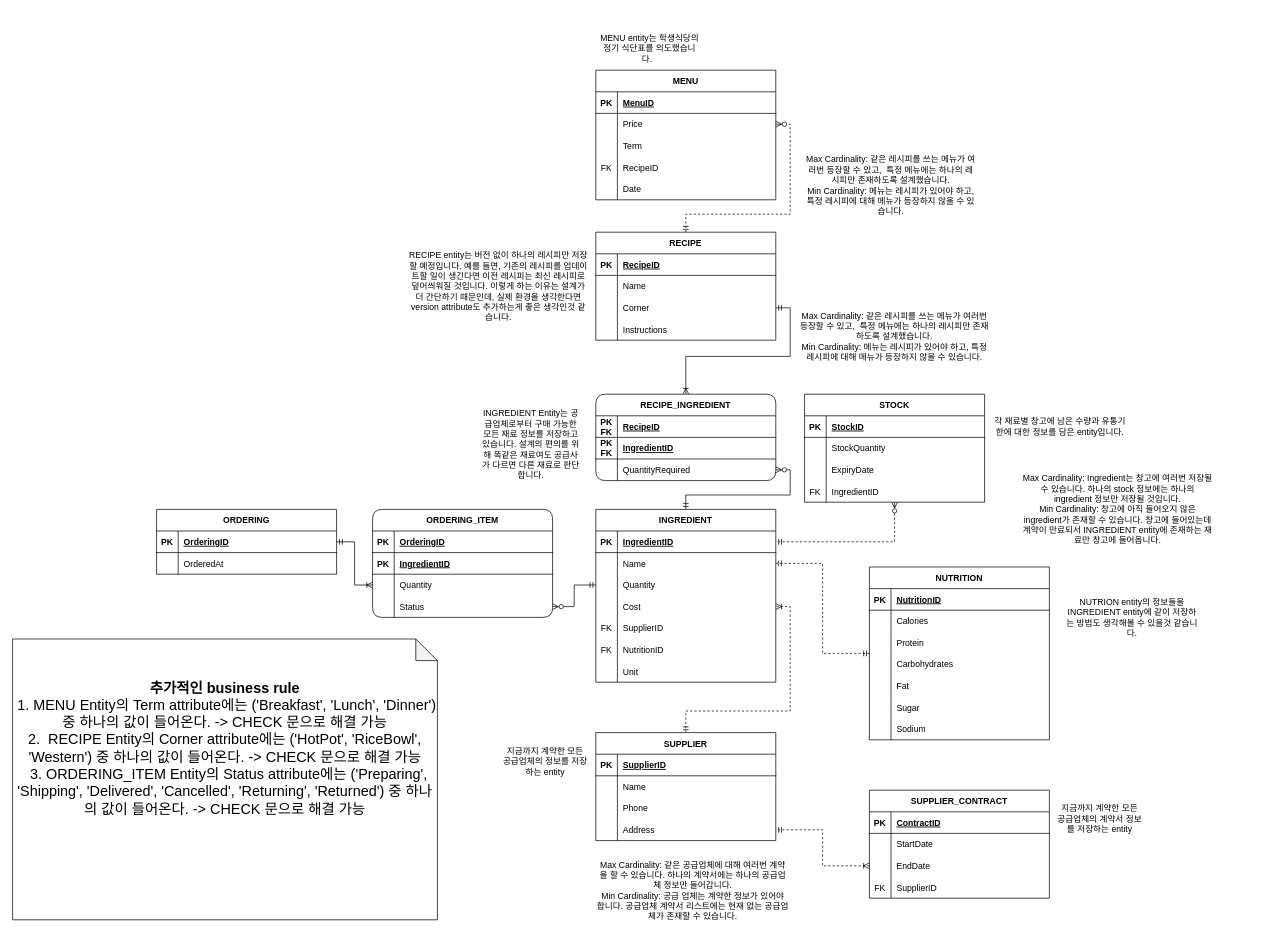
Before: resource/FOOD_CRM.drawio in cryscham123/ERdiagram, a draw.io diagram. Source tidied: cells renumbered, new cells numbered last; positions are measured from the earlier drawing's top-left corner, leaving out a move shared by most shapes. Both pictures are drawn from the tidied source at 72%, with x=0, y=0 at pixel (12, 19).
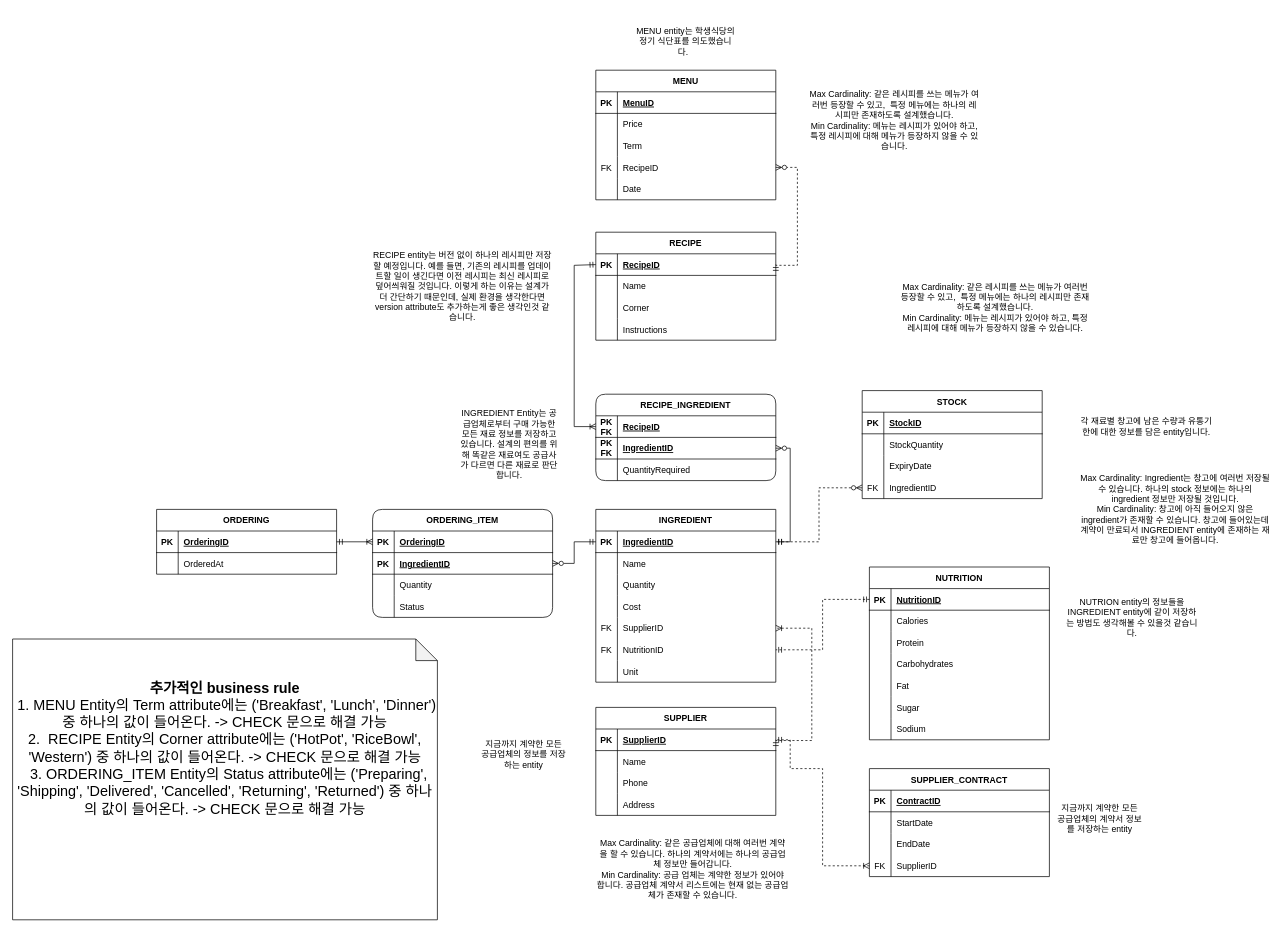
After the change.

Unchanged cells that the change refers to:
```xml
<mxCell id="3" value="INGREDIENT" style="shape=table;startSize=30;childLayout=tableLayout;rowLines=0;fontStyle=1;align=center;" parent="1" vertex="1">
<mxCell id="4" style="shape=partialRectangle;fillColor=none;points=[[0,0.5],[1,0.5]];portConstraint=eastwest;top=0;left=0;right=0;bottom=1;" parent="3" vertex="1">
<mxCell id="7" style="shape=partialRectangle;fillColor=none;points=[[0,0.5],[1,0.5]];portConstraint=eastwest;top=0;left=0;right=0;bottom=0;" parent="3" vertex="1">
<mxCell id="10" style="shape=partialRectangle;fillColor=none;points=[[0,0.5],[1,0.5]];portConstraint=eastwest;top=0;left=0;right=0;bottom=0;" parent="3" vertex="1">
<mxCell id="13" style="shape=partialRectangle;fillColor=none;points=[[0,0.5],[1,0.5]];portConstraint=eastwest;top=0;left=0;right=0;bottom=0;" parent="3" vertex="1">
<mxCell id="16" style="shape=partialRectangle;fillColor=none;points=[[0,0.5],[1,0.5]];portConstraint=eastwest;top=0;left=0;right=0;bottom=0;" parent="3" vertex="1">
<mxCell id="19" style="shape=partialRectangle;fillColor=none;points=[[0,0.5],[1,0.5]];portConstraint=eastwest;top=0;left=0;right=0;bottom=0;" parent="3" vertex="1">
<mxCell id="26" value="ORDERING" style="shape=table;startSize=30;childLayout=tableLayout;rowLines=0;fontStyle=1;align=center;" parent="1" vertex="1">
<mxCell id="35" style="shape=partialRectangle;fillColor=none;points=[[0,0.5],[1,0.5]];portConstraint=eastwest;top=0;left=0;right=0;bottom=1;" parent="34" vertex="1">
<mxCell id="44" style="shape=partialRectangle;fillColor=none;points=[[0,0.5],[1,0.5]];portConstraint=eastwest;top=0;left=0;right=0;bottom=0;" parent="34" vertex="1">
<mxCell id="54" style="shape=partialRectangle;fillColor=none;points=[[0,0.5],[1,0.5]];portConstraint=eastwest;top=0;left=0;right=0;bottom=0;" parent="47" vertex="1">
<mxCell id="57" style="shape=partialRectangle;fillColor=none;points=[[0,0.5],[1,0.5]];portConstraint=eastwest;top=0;left=0;right=0;bottom=0;" parent="47" vertex="1">
<mxCell id="61" style="shape=partialRectangle;fillColor=none;points=[[0,0.5],[1,0.5]];portConstraint=eastwest;top=0;left=0;right=0;bottom=1;" parent="60" vertex="1">
<mxCell id="64" style="shape=partialRectangle;fillColor=none;points=[[0,0.5],[1,0.5]];portConstraint=eastwest;top=0;left=0;right=0;bottom=1;" parent="60" vertex="1">
<mxCell id="67" style="shape=partialRectangle;fillColor=none;points=[[0,0.5],[1,0.5]];portConstraint=eastwest;top=0;left=0;right=0;bottom=0;" parent="60" vertex="1">
<mxCell id="70" style="shape=partialRectangle;fillColor=none;points=[[0,0.5],[1,0.5]];portConstraint=eastwest;top=0;left=0;right=0;bottom=0;" parent="60" vertex="1">
<mxCell id="77" style="shape=partialRectangle;fillColor=none;points=[[0,0.5],[1,0.5]];portConstraint=eastwest;top=0;left=0;right=0;bottom=0;" parent="73" vertex="1">
<mxCell id="83" style="shape=partialRectangle;fillColor=none;points=[[0,0.5],[1,0.5]];portConstraint=eastwest;top=0;left=0;right=0;bottom=0;" parent="73" vertex="1">
<mxCell id="90" value="RECIPE" style="shape=table;startSize=30;childLayout=tableLayout;rowLines=0;fontStyle=1;align=center;rounded=0;" parent="1" vertex="1">
<mxCell id="91" style="shape=partialRectangle;fillColor=none;points=[[0,0.5],[1,0.5]];portConstraint=eastwest;top=0;left=0;right=0;bottom=1;" parent="90" vertex="1">
<mxCell id="97" style="shape=partialRectangle;fillColor=none;points=[[0,0.5],[1,0.5]];portConstraint=eastwest;top=0;left=0;right=0;bottom=0;" parent="90" vertex="1">
<mxCell id="104" value="RECIPE_INGREDIENT" style="shape=table;startSize=30;childLayout=tableLayout;rowLines=0;fontStyle=1;align=center;rounded=1;" parent="1" vertex="1">
<mxCell id="105" style="shape=partialRectangle;fillColor=none;points=[[0,0.5],[1,0.5]];portConstraint=eastwest;top=0;left=0;right=0;bottom=1;" parent="104" vertex="1">
<mxCell id="108" style="shape=partialRectangle;fillColor=none;points=[[0,0.5],[1,0.5]];portConstraint=eastwest;top=0;left=0;right=0;bottom=1;" parent="104" vertex="1">
<mxCell id="111" style="shape=partialRectangle;fillColor=none;points=[[0,0.5],[1,0.5]];portConstraint=eastwest;top=0;left=0;right=0;bottom=0;" parent="104" vertex="1">
<mxCell id="125" style="shape=partialRectangle;fillColor=none;points=[[0,0.5],[1,0.5]];portConstraint=eastwest;top=0;left=0;right=0;bottom=0;" parent="115" vertex="1">
<mxCell id="130" value="NUTRITION" style="shape=table;startSize=30;childLayout=tableLayout;rowLines=0;fontStyle=1;align=center;" parent="1" vertex="1">
<mxCell id="131" style="shape=partialRectangle;fillColor=none;points=[[0,0.5],[1,0.5]];portConstraint=eastwest;top=0;left=0;right=0;bottom=1;" parent="130" vertex="1">
```

Diff of the diagram source:
```diff
@@
-    <mxCell id="2" style="edgeStyle=orthogonalEdgeStyle;rounded=0;jettySize=auto;html=1;startArrow=ERmandOne;startFill=0;endArrow=ERzeroToMany;endFill=0;" parent="1" edge="1" source="3" target="111">
-      <mxGeometry relative="1" as="geometry" />
+    <mxCell id="2" style="edgeStyle=orthogonalEdgeStyle;rounded=0;jettySize=auto;html=1;startArrow=ERmandOne;startFill=0;endArrow=ERzeroToMany;endFill=0;entryX=1;entryY=0.5;entryDx=0;entryDy=0;exitX=1;exitY=0.5;exitDx=0;exitDy=0;" parent="1" edge="1" source="4" target="108">
+      <mxGeometry relative="1" as="geometry">
+        <Array as="points">
+          <mxPoint x="1080" y="725" />
+          <mxPoint x="1080" y="595" />
+        </Array>
+      </mxGeometry>
     </mxCell>
@@
-    <mxCell id="25" style="edgeStyle=orthogonalEdgeStyle;rounded=0;jettySize=auto;html=1;startArrow=ERmandOne;startFill=0;endArrow=ERoneToMany;endFill=0;" parent="1" edge="1" source="26" target="67">
+    <mxCell id="25" style="edgeStyle=orthogonalEdgeStyle;rounded=0;jettySize=auto;html=1;startArrow=ERmandOne;startFill=0;endArrow=ERoneToMany;endFill=0;entryX=0;entryY=0.5;entryDx=0;entryDy=0;" parent="1" edge="1" source="26" target="61">
       <mxGeometry relative="1" as="geometry" />
     </mxCell>
@@
-    <mxCell id="33" style="edgeStyle=orthogonalEdgeStyle;rounded=0;jettySize=auto;html=1;startArrow=ERmandOne;startFill=0;endArrow=ERoneToMany;endFill=0;dashed=1;" parent="1" edge="1" source="34" target="13">
+    <mxCell id="33" style="edgeStyle=orthogonalEdgeStyle;rounded=0;jettySize=auto;html=1;startArrow=ERmandOne;startFill=0;endArrow=ERoneToMany;endFill=0;dashed=1;entryX=1;entryY=0.5;entryDx=0;entryDy=0;exitX=1;exitY=0.5;exitDx=0;exitDy=0;" parent="1" edge="1" source="35" target="16">
       <mxGeometry relative="1" as="geometry">
         <Array as="points">
-          <mxPoint x="935" y="960" />
-          <mxPoint x="1080" y="960" />
-          <mxPoint x="1080" y="815" />
+          <mxPoint x="1110" y="1001" />
+          <mxPoint x="1110" y="845" />
         </Array>
       </mxGeometry>
     </mxCell>
     <mxCell id="34" value="SUPPLIER" style="shape=table;startSize=30;childLayout=tableLayout;rowLines=0;fontStyle=1;align=center;" parent="1" vertex="1">
-      <mxGeometry x="810" y="990" width="250" height="150" as="geometry" />
+      <mxGeometry x="810" y="955" width="250" height="150" as="geometry" />
     </mxCell>
@@
     <mxCell id="47" value="SUPPLIER_CONTRACT" style="shape=table;startSize=30;childLayout=tableLayout;rowLines=0;fontStyle=1;align=center;" parent="1" vertex="1">
-      <mxGeometry x="1190" y="1070" width="250" height="150" as="geometry" />
+      <mxGeometry x="1190" y="1040" width="250" height="150" as="geometry" />
     </mxCell>
@@
-    <mxCell id="89" style="edgeStyle=orthogonalEdgeStyle;rounded=0;jettySize=auto;html=1;endArrow=ERzeroToMany;endFill=0;startArrow=ERmandOne;startFill=0;dashed=1;" parent="1" edge="1" source="90" target="77">
+    <mxCell id="89" style="edgeStyle=orthogonalEdgeStyle;rounded=0;jettySize=auto;html=1;endArrow=ERzeroToMany;endFill=0;startArrow=ERmandOne;startFill=0;dashed=1;entryX=1;entryY=0.5;entryDx=0;entryDy=0;exitX=1;exitY=0.5;exitDx=0;exitDy=0;" parent="1" edge="1" source="91" target="83">
       <mxGeometry relative="1" as="geometry">
         <Array as="points">
-          <mxPoint x="935" y="270" />
-          <mxPoint x="1080" y="270" />
-          <mxPoint x="1080" y="145" />
+          <mxPoint x="1090" y="341" />
+          <mxPoint x="1090" y="205" />
         </Array>
       </mxGeometry>
     </mxCell>
@@
-    <mxCell id="103" style="edgeStyle=orthogonalEdgeStyle;rounded=0;jettySize=auto;html=1;startArrow=ERoneToMany;startFill=0;endArrow=ERmandOne;endFill=0;" parent="1" edge="1" source="104" target="97">
-      <mxGeometry relative="1" as="geometry" />
+    <mxCell id="103" style="edgeStyle=orthogonalEdgeStyle;rounded=0;jettySize=auto;html=1;startArrow=ERoneToMany;startFill=0;endArrow=ERmandOne;endFill=0;entryX=0;entryY=0.5;entryDx=0;entryDy=0;exitX=0;exitY=0.5;exitDx=0;exitDy=0;" parent="1" edge="1" source="105" target="91">
+      <mxGeometry relative="1" as="geometry">
+        <Array as="points">
+          <mxPoint x="780" y="565" />
+          <mxPoint x="780" y="341" />
+        </Array>
+      </mxGeometry>
     </mxCell>
@@
-    <mxCell id="114" style="edgeStyle=orthogonalEdgeStyle;rounded=0;jettySize=auto;html=1;startArrow=ERzeroToMany;startFill=0;endArrow=ERmandOne;endFill=0;dashed=1;" parent="1" edge="1" source="115" target="4">
+    <mxCell id="114" style="edgeStyle=orthogonalEdgeStyle;rounded=0;jettySize=auto;html=1;startArrow=ERzeroToMany;startFill=0;endArrow=ERmandOne;endFill=0;dashed=1;exitX=0;exitY=0.5;exitDx=0;exitDy=0;" parent="1" edge="1" source="125" target="4">
       <mxGeometry relative="1" as="geometry" />
     </mxCell>
     <mxCell id="115" value="STOCK" style="shape=table;startSize=30;childLayout=tableLayout;rowLines=0;fontStyle=1;align=center;" parent="1" vertex="1">
-      <mxGeometry x="1100" y="520" width="250" height="150" as="geometry" />
+      <mxGeometry x="1180" y="515" width="250" height="150" as="geometry" />
     </mxCell>
@@
-    <mxCell id="128" style="edgeStyle=orthogonalEdgeStyle;rounded=0;jettySize=auto;html=1;startArrow=ERoneToMany;startFill=0;endArrow=ERmandOne;endFill=0;dashed=1;" parent="1" edge="1" source="54" target="44">
-      <mxGeometry relative="1" as="geometry" />
+    <mxCell id="128" style="edgeStyle=orthogonalEdgeStyle;rounded=0;jettySize=auto;html=1;startArrow=ERoneToMany;startFill=0;endArrow=ERmandOne;endFill=0;dashed=1;entryX=1;entryY=0.5;entryDx=0;entryDy=0;exitX=0;exitY=0.5;exitDx=0;exitDy=0;" parent="1" edge="1" source="57" target="35">
+      <mxGeometry relative="1" as="geometry">
+        <Array as="points">
+          <mxPoint x="1125" y="1175" />
+          <mxPoint x="1125" y="1040" />
+          <mxPoint x="1080" y="1040" />
+          <mxPoint x="1080" y="1000" />
+        </Array>
+      </mxGeometry>
     </mxCell>
-    <mxCell id="129" style="edgeStyle=orthogonalEdgeStyle;rounded=0;jettySize=auto;html=1;entryX=1;entryY=0.5;entryDx=0;entryDy=0;startArrow=ERmandOne;startFill=0;endArrow=ERmandOne;endFill=0;dashed=1;" parent="1" edge="1" source="130" target="7">
+    <mxCell id="129" style="edgeStyle=orthogonalEdgeStyle;rounded=0;jettySize=auto;html=1;entryX=1;entryY=0.5;entryDx=0;entryDy=0;startArrow=ERmandOne;startFill=0;endArrow=ERmandOne;endFill=0;dashed=1;exitX=0;exitY=0.5;exitDx=0;exitDy=0;" parent="1" edge="1" source="131" target="19">
       <mxGeometry relative="1" as="geometry" />
     </mxCell>
@@
     <mxCell id="152" value="MENU entity는 학생식당의 정기 식단표를 의도했습니다.&amp;nbsp;&amp;nbsp;" style="text;html=1;align=center;verticalAlign=middle;whiteSpace=wrap;rounded=0;" parent="1" vertex="1">
-      <mxGeometry x="810" width="150" height="80" as="geometry" />
+      <mxGeometry x="860" y="-10" width="150" height="80" as="geometry" />
     </mxCell>
     <mxCell id="153" value="Max Cardinality: 같은 레시피를 쓰는 메뉴가 여러번 등장할 수 있고,&amp;nbsp; 특정 메뉴에는 하나의 레시피만 존재하도록 설계했습니다.&lt;div&gt;Min Cardinality: 메뉴는 레시피가 있어야 하고, 특정 레시피에 대해 메뉴가 등장하지 않을 수 있습니다.&lt;/div&gt;" style="text;html=1;align=center;verticalAlign=middle;whiteSpace=wrap;rounded=0;" parent="1" vertex="1">
-      <mxGeometry x="1100" y="190" width="240" height="80" as="geometry" />
+      <mxGeometry x="1105" y="100" width="240" height="80" as="geometry" />
     </mxCell>
     <mxCell id="154" value="RECIPE entity는 버전 없이 하나의 레시피만 저장할 예정입니다. 예를 들면, 기존의 레시피를 업데이트할 일이 생긴다면 이전 레시피는 최신 레시피로 덮어씌워질 것입니다. 이렇게 하는 이유는 설계가 더 간단하기 때문인데, 실제 환경을 생각한다면 version attribute도 추가하는게 좋은 생각인것 같습니다." style="text;html=1;align=center;verticalAlign=middle;whiteSpace=wrap;rounded=0;" parent="1" vertex="1">
-      <mxGeometry x="550" y="330" width="250" height="80" as="geometry" />
+      <mxGeometry x="500" y="330" width="250" height="80" as="geometry" />
     </mxCell>
     <mxCell id="155" value="Max Cardinality: 같은 레시피를 쓰는 메뉴가 여러번 등장할 수 있고,&amp;nbsp; 특정 메뉴에는 하나의 레시피만 존재하도록 설계했습니다.&lt;div&gt;Min Cardinality: 메뉴는 레시피가 있어야 하고, 특정 레시피에 대해 메뉴가 등장하지 않을 수 있습니다.&lt;/div&gt;" style="text;html=1;align=center;verticalAlign=middle;whiteSpace=wrap;rounded=0;" parent="1" vertex="1">
-      <mxGeometry x="1090" y="400" width="270" height="80" as="geometry" />
+      <mxGeometry x="1230" y="360" width="270" height="80" as="geometry" />
     </mxCell>
@@
     <mxCell id="157" value="&lt;div&gt;각 재료별 창고에 남은 수량과 유통기한에 대한 정보를 담은 entity입니다.&lt;/div&gt;" style="text;html=1;align=center;verticalAlign=middle;whiteSpace=wrap;rounded=0;" parent="1" vertex="1">
-      <mxGeometry x="1360" y="540" width="190" height="50" as="geometry" />
+      <mxGeometry x="1480" y="540" width="190" height="50" as="geometry" />
     </mxCell>
     <mxCell id="158" value="Max Cardinality: Ingredient는 창고에 여러번 저장될 수 있습니다. 하나의 stock 정보에는 하나의 ingredient 정보만 저장될 것입니다.&lt;div&gt;Min Cardinality: 창고에 아직 들어오지 않은 ingredient가 존재할 수 있습니다. 창고에 들어있는데 계약이 만료되서 INGREDIENT entity에 존재하는 재료만 창고에 들어옵니다.&lt;/div&gt;" style="text;html=1;align=center;verticalAlign=middle;whiteSpace=wrap;rounded=0;" parent="1" vertex="1">
-      <mxGeometry x="1400" y="640" width="270" height="80" as="geometry" />
+      <mxGeometry x="1480" y="640" width="270" height="80" as="geometry" />
     </mxCell>
     <mxCell id="159" value="Max Cardinality: 같은 공급업체에 대해 여러번 계약을 할 수 있습니다. 하나의 계약서에는 하나의 공급업체 정보만 들어갑니다.&lt;div&gt;Min Cardinality: 공급 업체는 계약한 정보가 있어야 합니다. 공급업체 계약서 리스트에는 현재 없는 공급업체가 존재할 수 있습니다.&lt;/div&gt;" style="text;html=1;align=center;verticalAlign=middle;whiteSpace=wrap;rounded=0;" parent="1" vertex="1">
-      <mxGeometry x="810" y="1170" width="270" height="80" as="geometry" />
+      <mxGeometry x="810" y="1140" width="270" height="80" as="geometry" />
     </mxCell>
@@
     <mxCell id="161" value="지금까지 계약한 모든 공급업체의 정보를 저장하는 entity" style="text;html=1;align=center;verticalAlign=middle;whiteSpace=wrap;rounded=0;" parent="1" vertex="1">
-      <mxGeometry x="680" y="990" width="120" height="80" as="geometry" />
+      <mxGeometry x="650" y="980" width="120" height="80" as="geometry" />
     </mxCell>
     <mxCell id="162" value="INGREDIENT Entity는 공급업체로부터 구매 가능한 모든 재료 정보를 저장하고 있습니다. 설계의 편의를 위해 똑같은 재료여도 공급사가 다르면 다른 재료로 판단합니다." style="text;html=1;align=center;verticalAlign=middle;whiteSpace=wrap;rounded=0;" parent="1" vertex="1">
-      <mxGeometry x="650" y="540" width="140" height="100" as="geometry" />
+      <mxGeometry x="620" y="540" width="140" height="100" as="geometry" />
     </mxCell>
-    <mxCell id="163" style="edgeStyle=orthogonalEdgeStyle;rounded=0;jettySize=auto;html=1;endArrow=ERzeroToMany;endFill=0;startArrow=ERmandOne;startFill=0;" parent="1" edge="1" source="10" target="70">
+    <mxCell id="163" style="edgeStyle=orthogonalEdgeStyle;rounded=0;jettySize=auto;html=1;endArrow=ERzeroToMany;endFill=0;startArrow=ERmandOne;startFill=0;entryX=1;entryY=0.5;entryDx=0;entryDy=0;exitX=0;exitY=0.5;exitDx=0;exitDy=0;" parent="1" edge="1" source="4" target="64">
       <mxGeometry relative="1" as="geometry" />
     </mxCell>
```
